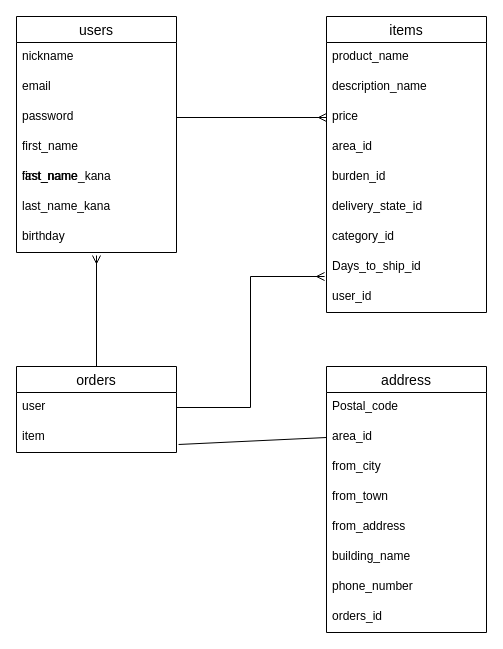
Earlier version of the draw.io diagram test.dio (tsuyoshitorikawa/furima-34366). Source tidied: cells renumbered, new cells numbered last; positions are measured from the earlier drawing's top-left corner, leaving out a move shared by most shapes. Both pictures are drawn from the tidied source at 100%, with x=0, y=0 at pixel (16, 16).
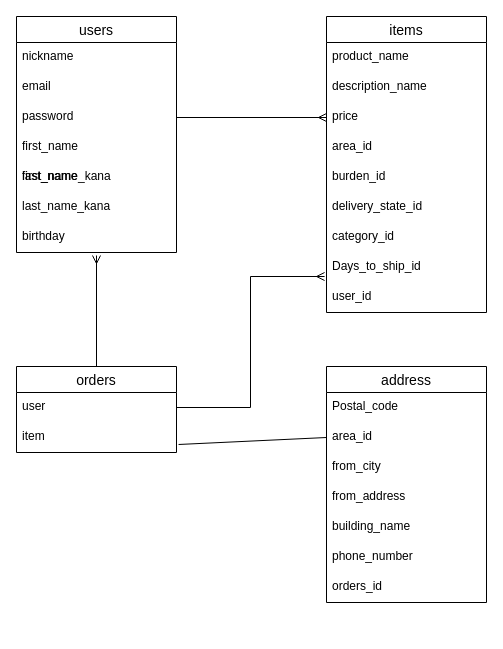
The same page after the edit.

Commit message (it also covers changes not shown here):
データベース設計7

Diff of the diagram source:
```diff
@@
     <mxCell id="24" value="address" style="swimlane;fontStyle=0;horizontal=1;startSize=26;align=center;fontSize=14;" parent="1" vertex="1">
-      <mxGeometry x="310" y="350" width="160" height="266" as="geometry" />
+      <mxGeometry x="310" y="350" width="160" height="236" as="geometry" />
     </mxCell>
@@
-    <mxCell id="28" value="from_town " style="text;strokeColor=none;fillColor=none;spacingLeft=4;spacingRight=4;overflow=hidden;fontSize=12;" parent="24" vertex="1">
-      <mxGeometry y="116" width="160" height="30" as="geometry" />
-    </mxCell>
     <mxCell id="29" value="from_address" style="text;strokeColor=none;fillColor=none;spacingLeft=4;spacingRight=4;overflow=hidden;fontSize=12;" parent="24" vertex="1">
-      <mxGeometry y="146" width="160" height="30" as="geometry" />
+      <mxGeometry y="116" width="160" height="30" as="geometry" />
     </mxCell>
     <mxCell id="30" value="building_name" style="text;strokeColor=none;fillColor=none;spacingLeft=4;spacingRight=4;overflow=hidden;fontSize=12;" parent="24" vertex="1">
-      <mxGeometry y="176" width="160" height="30" as="geometry" />
+      <mxGeometry y="146" width="160" height="30" as="geometry" />
     </mxCell>
     <mxCell id="31" value="phone_number" style="text;strokeColor=none;fillColor=none;spacingLeft=4;spacingRight=4;overflow=hidden;fontSize=12;" parent="24" vertex="1">
-      <mxGeometry y="206" width="160" height="30" as="geometry" />
+      <mxGeometry y="176" width="160" height="30" as="geometry" />
     </mxCell>
     <mxCell id="32" value="orders_id" style="text;strokeColor=none;fillColor=none;spacingLeft=4;spacingRight=4;overflow=hidden;fontSize=12;" parent="24" vertex="1">
-      <mxGeometry y="236" width="160" height="30" as="geometry" />
+      <mxGeometry y="206" width="160" height="30" as="geometry" />
     </mxCell>
```
